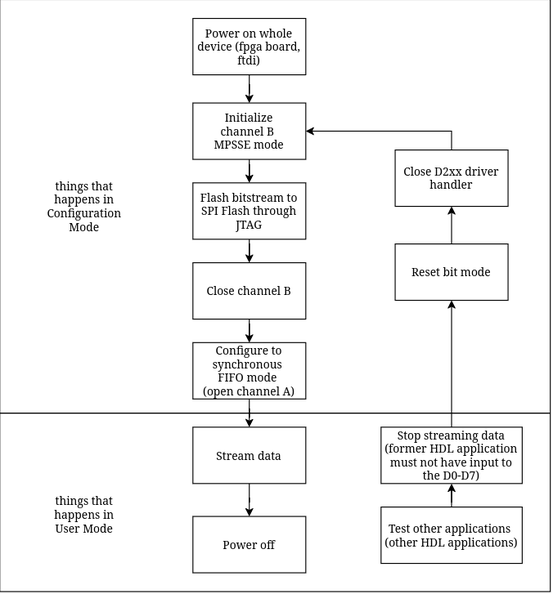
The draw.io diagram hardware/docs/plans/ftdi flowchart.drawio.png in Jeo0/atg-client, before a commit. Source tidied: cells renumbered, new cells last; positions are measured from the earlier drawing's top-left corner, leaving out a move shared by most shapes. Its diagram source:
```xml
<mxGraphModel>
  <root>
    <mxCell id="0" />
    <mxCell id="1" parent="0" />
    <mxCell id="2" style="edgeStyle=orthogonalEdgeStyle;rounded=0;jettySize=auto;html=1;" parent="1" edge="1" source="4" target="6">
      <mxGeometry relative="1" as="geometry" />
    </mxCell>
    <mxCell id="3" style="edgeStyle=orthogonalEdgeStyle;rounded=0;jettySize=auto;html=1;endArrow=none;endFill=0;startArrow=classic;startFill=1;" parent="1" edge="1" source="4" target="11">
      <mxGeometry relative="1" as="geometry" />
    </mxCell>
    <mxCell id="4" value="Initialize&lt;br&gt;channel B&amp;nbsp;&lt;br&gt;MPSSE mode" style="rounded=0;whiteSpace=wrap;html=1;" parent="1" vertex="1">
      <mxGeometry x="205" y="110" width="120" height="60" as="geometry" />
    </mxCell>
    <mxCell id="5" style="edgeStyle=orthogonalEdgeStyle;rounded=0;jettySize=auto;html=1;" parent="1" edge="1" source="6" target="8">
      <mxGeometry relative="1" as="geometry" />
    </mxCell>
    <mxCell id="6" value="Flash bitstream to SPI Flash through JTAG" style="whiteSpace=wrap;html=1;rounded=0;" parent="1" vertex="1">
      <mxGeometry x="205" y="195" width="120" height="60" as="geometry" />
    </mxCell>
    <mxCell id="7" style="edgeStyle=orthogonalEdgeStyle;rounded=0;jettySize=auto;html=1;" parent="1" edge="1" source="8" target="10">
      <mxGeometry relative="1" as="geometry" />
    </mxCell>
    <mxCell id="8" value="Close channel B" style="whiteSpace=wrap;html=1;rounded=0;" parent="1" vertex="1">
      <mxGeometry x="205" y="280" width="120" height="60" as="geometry" />
    </mxCell>
    <mxCell id="9" style="edgeStyle=orthogonalEdgeStyle;rounded=0;jettySize=auto;html=1;" parent="1" edge="1" source="10" target="16">
      <mxGeometry relative="1" as="geometry" />
    </mxCell>
    <mxCell id="10" value="&lt;div&gt;Configure to synchronous&amp;nbsp;&lt;br&gt;FIFO mode&amp;nbsp;&lt;br&gt;(open channel A)&lt;/div&gt;" style="whiteSpace=wrap;html=1;rounded=0;" parent="1" vertex="1">
      <mxGeometry x="205" y="365" width="120" height="60" as="geometry" />
    </mxCell>
    <mxCell id="11" value="Power on whole device (fpga board, ftdi)" style="whiteSpace=wrap;html=1;rounded=0;" parent="1" vertex="1">
      <mxGeometry x="205" y="20" width="120" height="60" as="geometry" />
    </mxCell>
    <mxCell id="12" style="swimlane;startSize=0;" parent="1" vertex="1">
      <mxGeometry y="440" width="585" height="190" as="geometry" />
    </mxCell>
    <mxCell id="13" value="things that happens in User Mode" style="text;html=1;whiteSpace=wrap;strokeColor=none;fillColor=none;align=center;verticalAlign=middle;rounded=0;" parent="12" vertex="1">
      <mxGeometry x="45" y="92.5" width="90" height="30" as="geometry" />
    </mxCell>
    <mxCell id="14" value="Test other applications&amp;nbsp;&lt;br&gt;(other HDL applications)" style="rounded=0;whiteSpace=wrap;html=1;" parent="12" vertex="1">
      <mxGeometry x="405" y="100" width="150" height="60" as="geometry" />
    </mxCell>
    <mxCell id="15" style="edgeStyle=orthogonalEdgeStyle;rounded=0;jettySize=auto;html=1;" parent="12" edge="1" source="16" target="19">
      <mxGeometry relative="1" as="geometry" />
    </mxCell>
    <mxCell id="16" value="Stream data" style="whiteSpace=wrap;html=1;rounded=0;" parent="12" vertex="1">
      <mxGeometry x="205" y="15" width="120" height="60" as="geometry" />
    </mxCell>
    <mxCell id="17" value="Stop streaming data&lt;br&gt;(former HDL application must not have input to the D0-D7)" style="whiteSpace=wrap;html=1;rounded=0;" parent="12" vertex="1">
      <mxGeometry x="405" y="15" width="150" height="60" as="geometry" />
    </mxCell>
    <mxCell id="18" style="edgeStyle=orthogonalEdgeStyle;rounded=0;jettySize=auto;html=1;" parent="12" edge="1" source="14" target="17">
      <mxGeometry relative="1" as="geometry" />
    </mxCell>
    <mxCell id="19" value="Power off" style="whiteSpace=wrap;html=1;rounded=0;" parent="12" vertex="1">
      <mxGeometry x="205" y="110" width="120" height="60" as="geometry" />
    </mxCell>
    <mxCell id="20" style="swimlane;startSize=0;" parent="1" vertex="1">
      <mxGeometry width="585" height="440" as="geometry" />
    </mxCell>
    <mxCell id="21" value="things that happens in Configuration Mode" style="text;html=1;whiteSpace=wrap;strokeColor=none;fillColor=none;align=center;verticalAlign=middle;rounded=0;" parent="20" vertex="1">
      <mxGeometry x="45" y="205" width="90" height="30" as="geometry" />
    </mxCell>
    <mxCell id="22" style="edgeStyle=orthogonalEdgeStyle;rounded=0;jettySize=auto;html=1;" parent="20" edge="1" source="23" target="24">
      <mxGeometry relative="1" as="geometry" />
    </mxCell>
    <mxCell id="23" value="Reset bit mode" style="whiteSpace=wrap;html=1;rounded=0;" parent="20" vertex="1">
      <mxGeometry x="420" y="260" width="120" height="60" as="geometry" />
    </mxCell>
    <mxCell id="24" value="Close D2xx driver handler" style="whiteSpace=wrap;html=1;rounded=0;" parent="20" vertex="1">
      <mxGeometry x="420" y="160" width="120" height="60" as="geometry" />
    </mxCell>
    <mxCell id="25" style="edgeStyle=orthogonalEdgeStyle;rounded=0;jettySize=auto;html=1;" parent="1" edge="1" source="17" target="23">
      <mxGeometry relative="1" as="geometry" />
    </mxCell>
    <mxCell id="26" style="edgeStyle=orthogonalEdgeStyle;rounded=0;jettySize=auto;html=1;entryX=1;entryY=0.5;entryDx=0;entryDy=0;" parent="1" edge="1" source="24" target="4">
      <mxGeometry relative="1" as="geometry">
        <Array as="points">
          <mxPoint x="480" y="140" />
        </Array>
      </mxGeometry>
    </mxCell>
  </root>
</mxGraphModel>
```
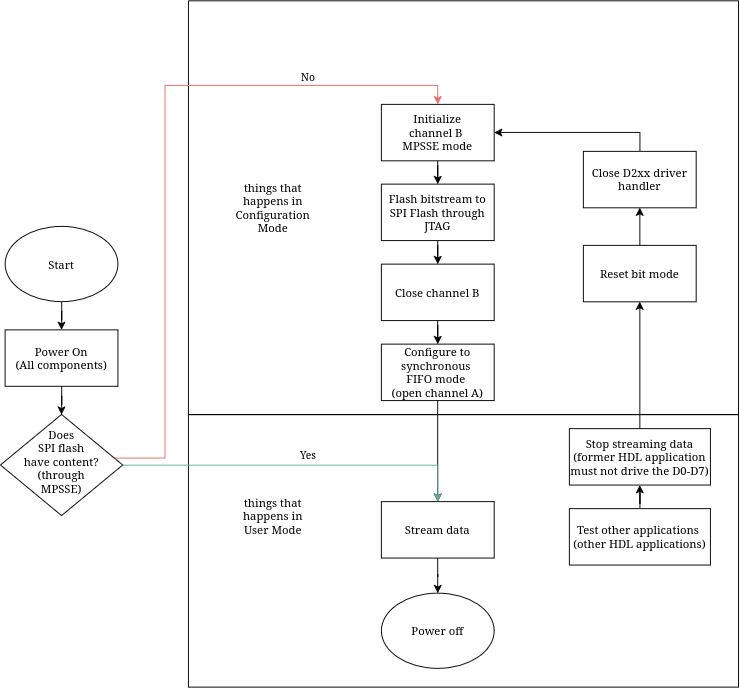
After the commit.

Change to the diagram source:
```diff
@@ -2,84 +2,115 @@
   <root>
     <mxCell id="0" />
     <mxCell id="1" parent="0" />
-    <mxCell id="2" style="edgeStyle=orthogonalEdgeStyle;rounded=0;jettySize=auto;html=1;" parent="1" edge="1" source="4" target="6">
+    <mxCell id="2" style="edgeStyle=orthogonalEdgeStyle;rounded=0;jettySize=auto;html=1;" parent="1" edge="1" source="3" target="5">
       <mxGeometry relative="1" as="geometry" />
     </mxCell>
-    <mxCell id="3" style="edgeStyle=orthogonalEdgeStyle;rounded=0;jettySize=auto;html=1;endArrow=none;endFill=0;startArrow=classic;startFill=1;" parent="1" edge="1" source="4" target="11">
-      <mxGeometry relative="1" as="geometry" />
+    <mxCell id="3" value="Initialize&lt;br&gt;channel B&amp;nbsp;&lt;br&gt;MPSSE mode" style="rounded=0;whiteSpace=wrap;html=1;" parent="1" vertex="1">
+      <mxGeometry x="410" y="35" width="120" height="60" as="geometry" />
     </mxCell>
-    <mxCell id="4" value="Initialize&lt;br&gt;channel B&amp;nbsp;&lt;br&gt;MPSSE mode" style="rounded=0;whiteSpace=wrap;html=1;" parent="1" vertex="1">
-      <mxGeometry x="205" y="110" width="120" height="60" as="geometry" />
+    <mxCell id="4" style="edgeStyle=orthogonalEdgeStyle;rounded=0;jettySize=auto;html=1;" parent="1" edge="1" source="5" target="7">
+      <mxGeometry relative="1" as="geometry" />
     </mxCell>
-    <mxCell id="5" style="edgeStyle=orthogonalEdgeStyle;rounded=0;jettySize=auto;html=1;" parent="1" edge="1" source="6" target="8">
-      <mxGeometry relative="1" as="geometry" />
+    <mxCell id="5" value="Flash bitstream to SPI Flash through JTAG" style="whiteSpace=wrap;html=1;rounded=0;" parent="1" vertex="1">
+      <mxGeometry x="410" y="120" width="120" height="60" as="geometry" />
     </mxCell>
-    <mxCell id="6" value="Flash bitstream to SPI Flash through JTAG" style="whiteSpace=wrap;html=1;rounded=0;" parent="1" vertex="1">
-      <mxGeometry x="205" y="195" width="120" height="60" as="geometry" />
+    <mxCell id="6" style="edgeStyle=orthogonalEdgeStyle;rounded=0;jettySize=auto;html=1;" parent="1" edge="1" source="7" target="9">
+      <mxGeometry relative="1" as="geometry" />
     </mxCell>
-    <mxCell id="7" style="edgeStyle=orthogonalEdgeStyle;rounded=0;jettySize=auto;html=1;" parent="1" edge="1" source="8" target="10">
-      <mxGeometry relative="1" as="geometry" />
+    <mxCell id="7" value="Close channel B" style="whiteSpace=wrap;html=1;rounded=0;" parent="1" vertex="1">
+      <mxGeometry x="410" y="205" width="120" height="60" as="geometry" />
     </mxCell>
-    <mxCell id="8" value="Close channel B" style="whiteSpace=wrap;html=1;rounded=0;" parent="1" vertex="1">
-      <mxGeometry x="205" y="280" width="120" height="60" as="geometry" />
+    <mxCell id="8" style="edgeStyle=orthogonalEdgeStyle;rounded=0;jettySize=auto;html=1;" parent="1" edge="1" source="9" target="14">
+      <mxGeometry relative="1" as="geometry" />
     </mxCell>
-    <mxCell id="9" style="edgeStyle=orthogonalEdgeStyle;rounded=0;jettySize=auto;html=1;" parent="1" edge="1" source="10" target="16">
-      <mxGeometry relative="1" as="geometry" />
+    <mxCell id="9" value="&lt;div&gt;Configure to synchronous&amp;nbsp;&lt;br&gt;FIFO mode&amp;nbsp;&lt;br&gt;(open channel A)&lt;/div&gt;" style="whiteSpace=wrap;html=1;rounded=0;" parent="1" vertex="1">
+      <mxGeometry x="410" y="290" width="120" height="60" as="geometry" />
     </mxCell>
-    <mxCell id="10" value="&lt;div&gt;Configure to synchronous&amp;nbsp;&lt;br&gt;FIFO mode&amp;nbsp;&lt;br&gt;(open channel A)&lt;/div&gt;" style="whiteSpace=wrap;html=1;rounded=0;" parent="1" vertex="1">
-      <mxGeometry x="205" y="365" width="120" height="60" as="geometry" />
+    <mxCell id="10" style="swimlane;startSize=0;" parent="1" vertex="1">
+      <mxGeometry x="205" y="365" width="585" height="290" as="geometry" />
     </mxCell>
-    <mxCell id="11" value="Power on whole device (fpga board, ftdi)" style="whiteSpace=wrap;html=1;rounded=0;" parent="1" vertex="1">
-      <mxGeometry x="205" y="20" width="120" height="60" as="geometry" />
+    <mxCell id="11" value="things that happens in User Mode" style="text;html=1;whiteSpace=wrap;strokeColor=none;fillColor=none;align=center;verticalAlign=middle;rounded=0;" parent="10" vertex="1">
+      <mxGeometry x="45" y="92.5" width="90" height="30" as="geometry" />
     </mxCell>
-    <mxCell id="12" style="swimlane;startSize=0;" parent="1" vertex="1">
-      <mxGeometry y="440" width="585" height="190" as="geometry" />
+    <mxCell id="12" value="Test other applications&amp;nbsp;&lt;br&gt;(other HDL applications)" style="rounded=0;whiteSpace=wrap;html=1;" parent="10" vertex="1">
+      <mxGeometry x="405" y="100" width="150" height="60" as="geometry" />
     </mxCell>
-    <mxCell id="13" value="things that happens in User Mode" style="text;html=1;whiteSpace=wrap;strokeColor=none;fillColor=none;align=center;verticalAlign=middle;rounded=0;" parent="12" vertex="1">
-      <mxGeometry x="45" y="92.5" width="90" height="30" as="geometry" />
+    <mxCell id="13" style="edgeStyle=orthogonalEdgeStyle;rounded=0;jettySize=auto;html=1;entryX=0.5;entryY=0;entryDx=0;entryDy=0;" parent="10" edge="1" source="14" target="17">
+      <mxGeometry relative="1" as="geometry" />
     </mxCell>
-    <mxCell id="14" value="Test other applications&amp;nbsp;&lt;br&gt;(other HDL applications)" style="rounded=0;whiteSpace=wrap;html=1;" parent="12" vertex="1">
-      <mxGeometry x="405" y="100" width="150" height="60" as="geometry" />
+    <mxCell id="14" value="Stream data" style="whiteSpace=wrap;html=1;rounded=0;" parent="10" vertex="1">
+      <mxGeometry x="205" y="92.5" width="120" height="60" as="geometry" />
     </mxCell>
-    <mxCell id="15" style="edgeStyle=orthogonalEdgeStyle;rounded=0;jettySize=auto;html=1;" parent="12" edge="1" source="16" target="19">
-      <mxGeometry relative="1" as="geometry" />
+    <mxCell id="15" value="Stop streaming data&lt;br&gt;(former HDL application must not drive the D0-D7)" style="whiteSpace=wrap;html=1;rounded=0;" parent="10" vertex="1">
+      <mxGeometry x="405" y="15" width="150" height="60" as="geometry" />
     </mxCell>
-    <mxCell id="16" value="Stream data" style="whiteSpace=wrap;html=1;rounded=0;" parent="12" vertex="1">
-      <mxGeometry x="205" y="15" width="120" height="60" as="geometry" />
+    <mxCell id="16" style="edgeStyle=orthogonalEdgeStyle;rounded=0;jettySize=auto;html=1;" parent="10" edge="1" source="12" target="15">
+      <mxGeometry relative="1" as="geometry" />
     </mxCell>
-    <mxCell id="17" value="Stop streaming data&lt;br&gt;(former HDL application must not have input to the D0-D7)" style="whiteSpace=wrap;html=1;rounded=0;" parent="12" vertex="1">
-      <mxGeometry x="405" y="15" width="150" height="60" as="geometry" />
+    <mxCell id="17" value="Power off" style="ellipse;whiteSpace=wrap;html=1;shapeInside=1;" parent="10" vertex="1">
+      <mxGeometry x="205" y="190" width="120" height="80" as="geometry" />
     </mxCell>
-    <mxCell id="18" style="edgeStyle=orthogonalEdgeStyle;rounded=0;jettySize=auto;html=1;" parent="12" edge="1" source="14" target="17">
-      <mxGeometry relative="1" as="geometry" />
+    <mxCell id="18" style="swimlane;startSize=0;" parent="1" vertex="1">
+      <mxGeometry x="205" y="-75" width="585" height="440" as="geometry" />
     </mxCell>
-    <mxCell id="19" value="Power off" style="whiteSpace=wrap;html=1;rounded=0;" parent="12" vertex="1">
-      <mxGeometry x="205" y="110" width="120" height="60" as="geometry" />
+    <mxCell id="19" value="things that happens in Configuration Mode" style="text;html=1;whiteSpace=wrap;strokeColor=none;fillColor=none;align=center;verticalAlign=middle;rounded=0;" parent="18" vertex="1">
+      <mxGeometry x="45" y="205" width="90" height="30" as="geometry" />
     </mxCell>
-    <mxCell id="20" style="swimlane;startSize=0;" parent="1" vertex="1">
-      <mxGeometry width="585" height="440" as="geometry" />
+    <mxCell id="20" style="edgeStyle=orthogonalEdgeStyle;rounded=0;jettySize=auto;html=1;" parent="18" edge="1" source="21" target="22">
+      <mxGeometry relative="1" as="geometry" />
     </mxCell>
-    <mxCell id="21" value="things that happens in Configuration Mode" style="text;html=1;whiteSpace=wrap;strokeColor=none;fillColor=none;align=center;verticalAlign=middle;rounded=0;" parent="20" vertex="1">
-      <mxGeometry x="45" y="205" width="90" height="30" as="geometry" />
+    <mxCell id="21" value="Reset bit mode" style="whiteSpace=wrap;html=1;rounded=0;" parent="18" vertex="1">
+      <mxGeometry x="420" y="260" width="120" height="60" as="geometry" />
     </mxCell>
-    <mxCell id="22" style="edgeStyle=orthogonalEdgeStyle;rounded=0;jettySize=auto;html=1;" parent="20" edge="1" source="23" target="24">
-      <mxGeometry relative="1" as="geometry" />
+    <mxCell id="22" value="Close D2xx driver handler" style="whiteSpace=wrap;html=1;rounded=0;" parent="18" vertex="1">
+      <mxGeometry x="420" y="160" width="120" height="60" as="geometry" />
     </mxCell>
-    <mxCell id="23" value="Reset bit mode" style="whiteSpace=wrap;html=1;rounded=0;" parent="20" vertex="1">
-      <mxGeometry x="420" y="260" width="120" height="60" as="geometry" />
+    <mxCell id="23" style="edgeStyle=orthogonalEdgeStyle;rounded=0;jettySize=auto;html=1;" parent="1" edge="1" source="15" target="21">
+      <mxGeometry relative="1" as="geometry" />
     </mxCell>
-    <mxCell id="24" value="Close D2xx driver handler" style="whiteSpace=wrap;html=1;rounded=0;" parent="20" vertex="1">
-      <mxGeometry x="420" y="160" width="120" height="60" as="geometry" />
+    <mxCell id="24" style="edgeStyle=orthogonalEdgeStyle;rounded=0;jettySize=auto;html=1;entryX=1;entryY=0.5;entryDx=0;entryDy=0;" parent="1" edge="1" source="22" target="3">
+      <mxGeometry relative="1" as="geometry">
+        <Array as="points">
+          <mxPoint x="685" y="65" />
+        </Array>
+      </mxGeometry>
     </mxCell>
-    <mxCell id="25" style="edgeStyle=orthogonalEdgeStyle;rounded=0;jettySize=auto;html=1;" parent="1" edge="1" source="17" target="23">
+    <mxCell id="25" style="edgeStyle=orthogonalEdgeStyle;rounded=0;jettySize=auto;html=1;" parent="1" edge="1" source="26" target="28">
       <mxGeometry relative="1" as="geometry" />
     </mxCell>
-    <mxCell id="26" style="edgeStyle=orthogonalEdgeStyle;rounded=0;jettySize=auto;html=1;entryX=1;entryY=0.5;entryDx=0;entryDy=0;" parent="1" edge="1" source="24" target="4">
-      <mxGeometry relative="1" as="geometry">
-        <Array as="points">
-          <mxPoint x="480" y="140" />
-        </Array>
-      </mxGeometry>
+    <mxCell id="26" value="Start" style="ellipse;whiteSpace=wrap;html=1;shapeInside=1;" parent="1" vertex="1">
+      <mxGeometry x="10" y="165" width="120" height="80" as="geometry" />
     </mxCell>
+    <mxCell id="27" style="edgeStyle=orthogonalEdgeStyle;rounded=0;jettySize=auto;html=1;" parent="1" edge="1" source="28" target="33">
+      <mxGeometry relative="1" as="geometry" />
+    </mxCell>
+    <mxCell id="28" value="Power On&lt;br&gt;&lt;div&gt;(All components)&lt;/div&gt;" style="whiteSpace=wrap;html=1;" parent="1" vertex="1">
+      <mxGeometry x="10" y="275" width="120" height="60" as="geometry" />
+    </mxCell>
+    <mxCell id="29" style="edgeStyle=orthogonalEdgeStyle;rounded=0;jettySize=auto;html=1;entryX=0.5;entryY=0;entryDx=0;entryDy=0;strokeColor=#67AB9F;" parent="1" edge="1" source="33" target="14">
+      <mxGeometry relative="1" as="geometry" />
+    </mxCell>
+    <mxCell id="30" value="Yes" style="edgeLabel;html=1;align=center;verticalAlign=middle;" parent="29" vertex="1">
+      <mxGeometry x="-0.45" y="-1" relative="1" as="geometry">
+        <mxPoint x="93" y="-12" as="offset" />
+      </mxGeometry>
+    </mxCell>
+    <mxCell id="31" style="edgeStyle=orthogonalEdgeStyle;rounded=0;jettySize=auto;html=1;entryX=0.5;entryY=0;entryDx=0;entryDy=0;strokeColor=#EA6B66;" parent="1" edge="1" source="33" target="3">
+      <mxGeometry relative="1" as="geometry">
+        <Array as="points">
+          <mxPoint x="180" y="411.3" />
+          <mxPoint x="180" y="15" />
+          <mxPoint x="470" y="15" />
+        </Array>
+      </mxGeometry>
+    </mxCell>
+    <mxCell id="32" value="No" style="edgeLabel;html=1;align=center;verticalAlign=middle;strokeColor=#EA6B66;" parent="31" vertex="1">
+      <mxGeometry x="0.59" y="-1" relative="1" as="geometry">
+        <mxPoint x="-2" y="-11" as="offset" />
+      </mxGeometry>
+    </mxCell>
+    <mxCell id="33" value="Does SPI flash have content? (through MPSSE)" style="rhombus;whiteSpace=wrap;html=1;shapeInside=1;" parent="1" vertex="1">
+      <mxGeometry x="5" y="365" width="130" height="107.5" as="geometry" />
+    </mxCell>
   </root>
 </mxGraphModel>
```
